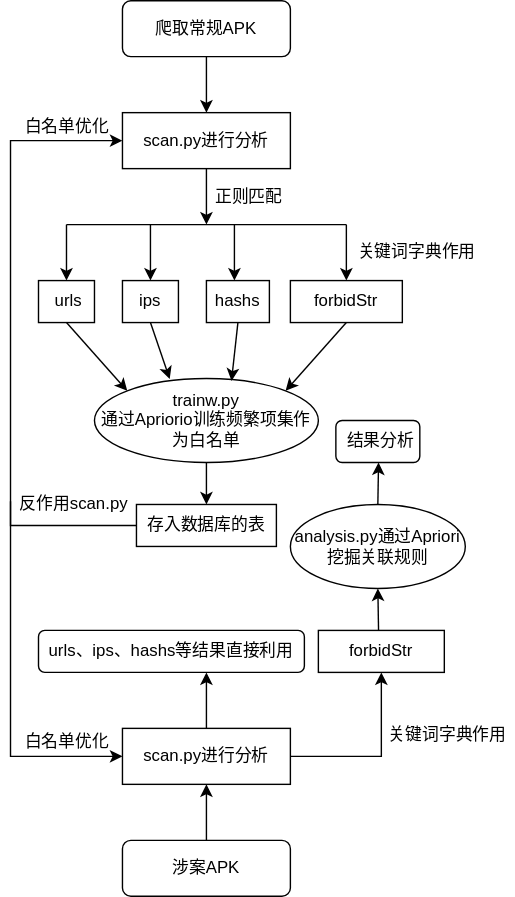
The draw.io diagram 模型.svg in Ech0zr/liuchengtu, before a commit. Source tidied: cells renumbered, new cells last; positions are measured from the earlier drawing's top-left corner, leaving out a move shared by most shapes.
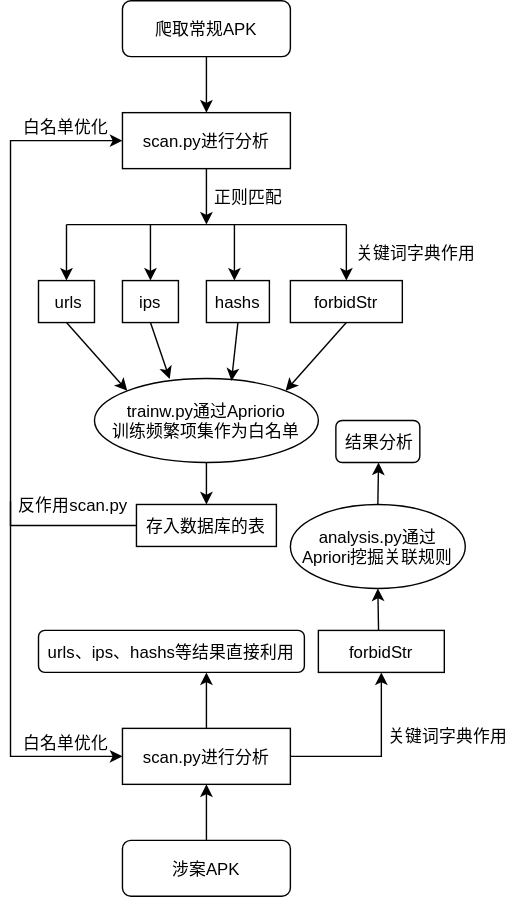
The same diagram one commit later.

What changed in the source:
```diff
@@ -2,92 +2,92 @@
   <root>
     <mxCell id="0" />
     <mxCell id="1" parent="0" />
-    <mxCell id="2" style="endArrow=classic;html=1;rounded=0;exitX=0.5;exitY=1;exitDx=0;exitDy=0;" parent="1" edge="1">
+    <mxCell id="2" style="endArrow=classic;rounded=0;exitX=0.5;exitY=1;exitDx=0;exitDy=0;" parent="1" edge="1">
       <mxGeometry relative="1" as="geometry">
         <mxPoint x="140" y="40" as="sourcePoint" />
         <mxPoint x="140" y="80" as="targetPoint" />
       </mxGeometry>
     </mxCell>
-    <mxCell id="3" value="爬取常规APK" style="rounded=1;whiteSpace=wrap;html=1;" parent="1" vertex="1">
+    <mxCell id="3" value="爬取常规APK" style="rounded=1;" parent="1" vertex="1">
       <mxGeometry x="80" width="120" height="40" as="geometry" />
     </mxCell>
-    <mxCell id="4" value="scan.py进行分析" style="rounded=0;whiteSpace=wrap;html=1;" parent="1" vertex="1">
+    <mxCell id="4" value="scan.py进行分析" style="rounded=0;" parent="1" vertex="1">
       <mxGeometry x="80" y="80" width="120" height="40" as="geometry" />
     </mxCell>
-    <mxCell id="5" style="endArrow=classic;html=1;rounded=0;exitX=0.5;exitY=1;exitDx=0;exitDy=0;" parent="1" edge="1" source="4">
+    <mxCell id="5" style="endArrow=classic;rounded=0;exitX=0.5;exitY=1;exitDx=0;exitDy=0;" parent="1" edge="1" source="4">
       <mxGeometry relative="1" as="geometry">
         <mxPoint x="140" y="160" as="targetPoint" />
       </mxGeometry>
     </mxCell>
-    <mxCell id="6" style="endArrow=none;html=1;rounded=0;" parent="1" edge="1">
+    <mxCell id="6" style="endArrow=none;rounded=0;" parent="1" edge="1">
       <mxGeometry relative="1" as="geometry">
         <mxPoint x="40" y="160" as="sourcePoint" />
         <mxPoint x="240" y="160" as="targetPoint" />
       </mxGeometry>
     </mxCell>
-    <mxCell id="7" style="endArrow=classic;html=1;rounded=0;" parent="1" edge="1">
+    <mxCell id="7" style="endArrow=classic;rounded=0;" parent="1" edge="1">
       <mxGeometry relative="1" as="geometry">
         <mxPoint x="40" y="160" as="sourcePoint" />
         <mxPoint x="40" y="200" as="targetPoint" />
       </mxGeometry>
     </mxCell>
-    <mxCell id="8" style="endArrow=classic;html=1;rounded=0;" parent="1" edge="1">
+    <mxCell id="8" style="endArrow=classic;rounded=0;" parent="1" edge="1">
       <mxGeometry relative="1" as="geometry">
         <mxPoint x="100" y="160" as="sourcePoint" />
         <mxPoint x="100" y="200" as="targetPoint" />
       </mxGeometry>
     </mxCell>
-    <mxCell id="9" style="endArrow=classic;html=1;rounded=0;" parent="1" edge="1">
+    <mxCell id="9" style="endArrow=classic;rounded=0;" parent="1" edge="1">
       <mxGeometry relative="1" as="geometry">
         <mxPoint x="160" y="160" as="sourcePoint" />
         <mxPoint x="160" y="200" as="targetPoint" />
       </mxGeometry>
     </mxCell>
-    <mxCell id="10" style="endArrow=classic;html=1;rounded=0;" parent="1" edge="1">
+    <mxCell id="10" style="endArrow=classic;rounded=0;" parent="1" edge="1">
       <mxGeometry relative="1" as="geometry">
         <mxPoint x="240" y="160" as="sourcePoint" />
         <mxPoint x="240" y="200" as="targetPoint" />
       </mxGeometry>
     </mxCell>
-    <mxCell id="11" value="forbidStr" style="rounded=0;whiteSpace=wrap;html=1;" parent="1" vertex="1">
+    <mxCell id="11" value="forbidStr" style="rounded=0;" parent="1" vertex="1">
       <mxGeometry x="200" y="200" width="80" height="30" as="geometry" />
     </mxCell>
-    <mxCell id="12" value="&amp;nbsp;urls" style="rounded=0;whiteSpace=wrap;html=1;" parent="1" vertex="1">
+    <mxCell id="12" value=" urls" style="rounded=0;" parent="1" vertex="1">
       <mxGeometry x="20" y="200" width="40" height="30" as="geometry" />
     </mxCell>
-    <mxCell id="13" value="&lt;span style=&quot;color: rgba(0, 0, 0, 0); font-family: monospace; font-size: 0px; font-style: normal; font-weight: 400; letter-spacing: normal; text-indent: 0px; text-transform: none; word-spacing: 0px; background-color: rgb(248, 249, 250); display: inline; float: none;&quot;&gt;&amp;nbsp;&lt;/span&gt;" style="text;whiteSpace=wrap;html=1;" parent="1" vertex="1">
+    <mxCell id="13" value=" " style="text;" parent="1" vertex="1">
       <mxGeometry x="160" y="370" width="30" height="30" as="geometry" />
     </mxCell>
-    <mxCell id="14" value="ips" style="rounded=0;whiteSpace=wrap;html=1;" parent="1" vertex="1">
+    <mxCell id="14" value="ips" style="rounded=0;" parent="1" vertex="1">
       <mxGeometry x="80" y="200" width="40" height="30" as="geometry" />
     </mxCell>
-    <mxCell id="15" value="hashs" style="rounded=0;whiteSpace=wrap;html=1;" parent="1" vertex="1">
+    <mxCell id="15" value="hashs" style="rounded=0;" parent="1" vertex="1">
       <mxGeometry x="140" y="200" width="45" height="30" as="geometry" />
     </mxCell>
-    <mxCell id="16" value="trainw.py&lt;br&gt;通过Apriorio训练频繁项集作为白名单" style="ellipse;whiteSpace=wrap;html=1;" parent="1" vertex="1">
+    <mxCell id="16" value="trainw.py通过Apriorio&#10;训练频繁项集作为白名单" style="ellipse;" parent="1" vertex="1">
       <mxGeometry x="60" y="270" width="160" height="60" as="geometry" />
     </mxCell>
-    <mxCell id="17" style="endArrow=classic;html=1;rounded=0;exitX=0.5;exitY=1;exitDx=0;exitDy=0;" parent="1" edge="1" source="16">
+    <mxCell id="17" style="endArrow=classic;rounded=0;exitX=0.5;exitY=1;exitDx=0;exitDy=0;" parent="1" edge="1" source="16">
       <mxGeometry relative="1" as="geometry">
         <mxPoint x="140" y="360" as="targetPoint" />
       </mxGeometry>
     </mxCell>
-    <mxCell id="18" value="存入数据库的表" style="rounded=0;whiteSpace=wrap;html=1;" parent="1" vertex="1">
+    <mxCell id="18" value="存入数据库的表" style="rounded=0;" parent="1" vertex="1">
       <mxGeometry x="90" y="360" width="100" height="30" as="geometry" />
     </mxCell>
-    <mxCell id="19" style="endArrow=classic;html=1;rounded=0;exitX=0.5;exitY=1;exitDx=0;exitDy=0;entryX=0;entryY=0;entryDx=0;entryDy=0;" parent="1" edge="1" source="12" target="16">
+    <mxCell id="19" style="endArrow=classic;rounded=0;exitX=0.5;exitY=1;exitDx=0;exitDy=0;entryX=0;entryY=0;entryDx=0;entryDy=0;" parent="1" edge="1" source="12" target="16">
       <mxGeometry relative="1" as="geometry" />
     </mxCell>
-    <mxCell id="20" style="endArrow=classic;html=1;rounded=0;exitX=0.5;exitY=1;exitDx=0;exitDy=0;entryX=0.336;entryY=0.006;entryDx=0;entryDy=0;entryPerimeter=0;" parent="1" edge="1" source="14" target="16">
+    <mxCell id="20" style="endArrow=classic;rounded=0;exitX=0.5;exitY=1;exitDx=0;exitDy=0;entryX=0.336;entryY=0.006;entryDx=0;entryDy=0;entryPerimeter=0;" parent="1" edge="1" source="14" target="16">
       <mxGeometry relative="1" as="geometry" />
     </mxCell>
-    <mxCell id="21" style="endArrow=classic;html=1;rounded=0;exitX=0.5;exitY=1;exitDx=0;exitDy=0;entryX=0.612;entryY=0.028;entryDx=0;entryDy=0;entryPerimeter=0;" parent="1" edge="1" source="15" target="16">
+    <mxCell id="21" style="endArrow=classic;rounded=0;exitX=0.5;exitY=1;exitDx=0;exitDy=0;entryX=0.612;entryY=0.028;entryDx=0;entryDy=0;entryPerimeter=0;" parent="1" edge="1" source="15" target="16">
       <mxGeometry relative="1" as="geometry" />
     </mxCell>
-    <mxCell id="22" style="endArrow=classic;html=1;rounded=0;exitX=0.5;exitY=1;exitDx=0;exitDy=0;entryX=1;entryY=0;entryDx=0;entryDy=0;" parent="1" edge="1" source="11" target="16">
+    <mxCell id="22" style="endArrow=classic;rounded=0;exitX=0.5;exitY=1;exitDx=0;exitDy=0;entryX=1;entryY=0;entryDx=0;entryDy=0;" parent="1" edge="1" source="11" target="16">
       <mxGeometry relative="1" as="geometry" />
     </mxCell>
-    <mxCell id="23" style="endArrow=classic;html=1;rounded=0;exitX=0;exitY=0.5;exitDx=0;exitDy=0;entryX=0;entryY=0.5;entryDx=0;entryDy=0;" parent="1" edge="1" source="18" target="4">
+    <mxCell id="23" style="endArrow=classic;rounded=0;exitX=0;exitY=0.5;exitDx=0;exitDy=0;entryX=0;entryY=0.5;entryDx=0;entryDy=0;" parent="1" edge="1" source="18" target="4">
       <mxGeometry relative="1" as="geometry">
         <Array as="points">
           <mxPoint y="375" />
@@ -95,37 +95,37 @@
         </Array>
       </mxGeometry>
     </mxCell>
-    <mxCell id="24" value="反作用scan.py" style="text;html=1;align=center;verticalAlign=middle;points=[];strokeColor=none;fillColor=none;" parent="1" vertex="1">
+    <mxCell id="24" value="反作用scan.py" style="text;align=center;verticalAlign=middle;points=[];strokeColor=none;fillColor=none;" parent="1" vertex="1">
       <mxGeometry y="350" width="90" height="20" as="geometry" />
     </mxCell>
-    <mxCell id="25" value="白名单优化" style="text;html=1;align=center;verticalAlign=middle;strokeColor=none;fillColor=none;" parent="1" vertex="1">
+    <mxCell id="25" value="白名单优化" style="text;align=center;verticalAlign=middle;strokeColor=none;fillColor=none;" parent="1" vertex="1">
       <mxGeometry y="80" width="80" height="20" as="geometry" />
     </mxCell>
-    <mxCell id="26" value="正则匹配" style="text;html=1;align=center;verticalAlign=middle;strokeColor=none;fillColor=none;" parent="1" vertex="1">
+    <mxCell id="26" value="正则匹配" style="text;align=center;verticalAlign=middle;strokeColor=none;fillColor=none;" parent="1" vertex="1">
       <mxGeometry x="140" y="130" width="60" height="20" as="geometry" />
     </mxCell>
-    <mxCell id="27" value="涉案APK" style="rounded=1;whiteSpace=wrap;html=1;" parent="1" vertex="1">
+    <mxCell id="27" value="涉案APK" style="rounded=1;" parent="1" vertex="1">
       <mxGeometry x="80" y="600" width="120" height="40" as="geometry" />
     </mxCell>
-    <mxCell id="28" style="endArrow=classic;html=1;rounded=0;exitX=0.5;exitY=0;exitDx=0;exitDy=0;" parent="1" edge="1" source="27">
+    <mxCell id="28" style="endArrow=classic;rounded=0;exitX=0.5;exitY=0;exitDx=0;exitDy=0;" parent="1" edge="1" source="27">
       <mxGeometry relative="1" as="geometry">
         <mxPoint x="140" y="560" as="targetPoint" />
       </mxGeometry>
     </mxCell>
-    <mxCell id="29" value="scan.py进行分析" style="rounded=0;whiteSpace=wrap;html=1;" parent="1" vertex="1">
+    <mxCell id="29" value="scan.py进行分析" style="rounded=0;" parent="1" vertex="1">
       <mxGeometry x="80" y="520" width="120" height="40" as="geometry" />
     </mxCell>
-    <mxCell id="30" style="endArrow=classic;html=1;rounded=0;exitX=0;exitY=0.383;exitDx=0;exitDy=0;exitPerimeter=0;entryX=0;entryY=0.5;entryDx=0;entryDy=0;" parent="1" edge="1" source="24" target="29">
+    <mxCell id="30" style="endArrow=classic;rounded=0;exitX=0;exitY=0.383;exitDx=0;exitDy=0;exitPerimeter=0;entryX=0;entryY=0.5;entryDx=0;entryDy=0;" parent="1" edge="1" source="24" target="29">
       <mxGeometry relative="1" as="geometry">
         <Array as="points">
           <mxPoint y="540" />
         </Array>
       </mxGeometry>
     </mxCell>
-    <mxCell id="31" value="白名单优化" style="text;html=1;align=center;verticalAlign=middle;strokeColor=none;fillColor=none;" parent="1" vertex="1">
+    <mxCell id="31" value="白名单优化" style="text;align=center;verticalAlign=middle;strokeColor=none;fillColor=none;" parent="1" vertex="1">
       <mxGeometry y="520" width="80" height="20" as="geometry" />
     </mxCell>
-    <mxCell id="32" style="endArrow=classic;html=1;rounded=0;exitX=0.5;exitY=0;exitDx=0;exitDy=0;" parent="1" edge="1" source="29">
+    <mxCell id="32" style="endArrow=classic;rounded=0;exitX=0.5;exitY=0;exitDx=0;exitDy=0;" parent="1" edge="1" source="29">
       <mxGeometry relative="1" as="geometry">
         <mxPoint x="140" y="480" as="targetPoint" />
         <Array as="points">
@@ -133,39 +133,39 @@
         </Array>
       </mxGeometry>
     </mxCell>
-    <mxCell id="33" value="urls、ips、hashs等结果直接利用" style="rounded=1;whiteSpace=wrap;html=1;" parent="1" vertex="1">
+    <mxCell id="33" value="urls、ips、hashs等结果直接利用" style="rounded=1;" parent="1" vertex="1">
       <mxGeometry x="20" y="450" width="190" height="30" as="geometry" />
     </mxCell>
-    <mxCell id="34" style="endArrow=classic;html=1;rounded=0;exitX=1;exitY=0.5;exitDx=0;exitDy=0;entryX=0.5;entryY=1;entryDx=0;entryDy=0;" parent="1" edge="1" source="29" target="35">
+    <mxCell id="34" style="endArrow=classic;rounded=0;exitX=1;exitY=0.5;exitDx=0;exitDy=0;entryX=0.5;entryY=1;entryDx=0;entryDy=0;" parent="1" edge="1" source="29" target="35">
       <mxGeometry relative="1" as="geometry">
         <Array as="points">
           <mxPoint x="265" y="540" />
         </Array>
       </mxGeometry>
     </mxCell>
-    <mxCell id="35" value="forbidStr" style="rounded=0;whiteSpace=wrap;html=1;" parent="1" vertex="1">
+    <mxCell id="35" value="forbidStr" style="rounded=0;" parent="1" vertex="1">
       <mxGeometry x="220" y="450" width="90" height="30" as="geometry" />
     </mxCell>
-    <mxCell id="36" value="analysis.py通过Apriori挖掘关联规则" style="ellipse;whiteSpace=wrap;html=1;" parent="1" vertex="1">
+    <mxCell id="36" value="analysis.py通过&#10;Apriori挖掘关联规则" style="ellipse;" parent="1" vertex="1">
       <mxGeometry x="200" y="360" width="125" height="60" as="geometry" />
     </mxCell>
-    <mxCell id="37" style="endArrow=classic;html=1;rounded=0;entryX=0.5;entryY=1;entryDx=0;entryDy=0;" parent="1" edge="1" target="36">
+    <mxCell id="37" style="endArrow=classic;rounded=0;entryX=0.5;entryY=1;entryDx=0;entryDy=0;" parent="1" edge="1" target="36">
       <mxGeometry relative="1" as="geometry">
         <mxPoint x="263" y="450" as="sourcePoint" />
       </mxGeometry>
     </mxCell>
-    <mxCell id="38" style="endArrow=classic;html=1;rounded=0;exitX=0.5;exitY=0;exitDx=0;exitDy=0;" parent="1" edge="1" source="36">
+    <mxCell id="38" style="endArrow=classic;rounded=0;exitX=0.5;exitY=0;exitDx=0;exitDy=0;" parent="1" edge="1" source="36">
       <mxGeometry relative="1" as="geometry">
         <mxPoint x="263" y="330" as="targetPoint" />
       </mxGeometry>
     </mxCell>
-    <mxCell id="39" value="&amp;nbsp;结果分析" style="rounded=1;whiteSpace=wrap;html=1;" parent="1" vertex="1">
+    <mxCell id="39" value=" 结果分析" style="rounded=1;" parent="1" vertex="1">
       <mxGeometry x="232.5" y="300" width="60" height="30" as="geometry" />
     </mxCell>
-    <mxCell id="40" value="关键词字典作用" style="text;html=1;align=center;verticalAlign=middle;strokeColor=none;fillColor=none;" parent="1" vertex="1">
+    <mxCell id="40" value="关键词字典作用" style="text;align=center;verticalAlign=middle;strokeColor=none;fillColor=none;" parent="1" vertex="1">
       <mxGeometry x="240" y="170" width="100" height="20" as="geometry" />
     </mxCell>
-    <mxCell id="41" value="关键词字典作用" style="text;html=1;strokeColor=none;fillColor=none;align=center;verticalAlign=middle;whiteSpace=wrap;rounded=0;" parent="1" vertex="1">
+    <mxCell id="41" value="关键词字典作用" style="text;strokeColor=none;fillColor=none;align=center;verticalAlign=middle;rounded=0;" parent="1" vertex="1">
       <mxGeometry x="265" y="510" width="95" height="30" as="geometry" />
     </mxCell>
   </root>
```
